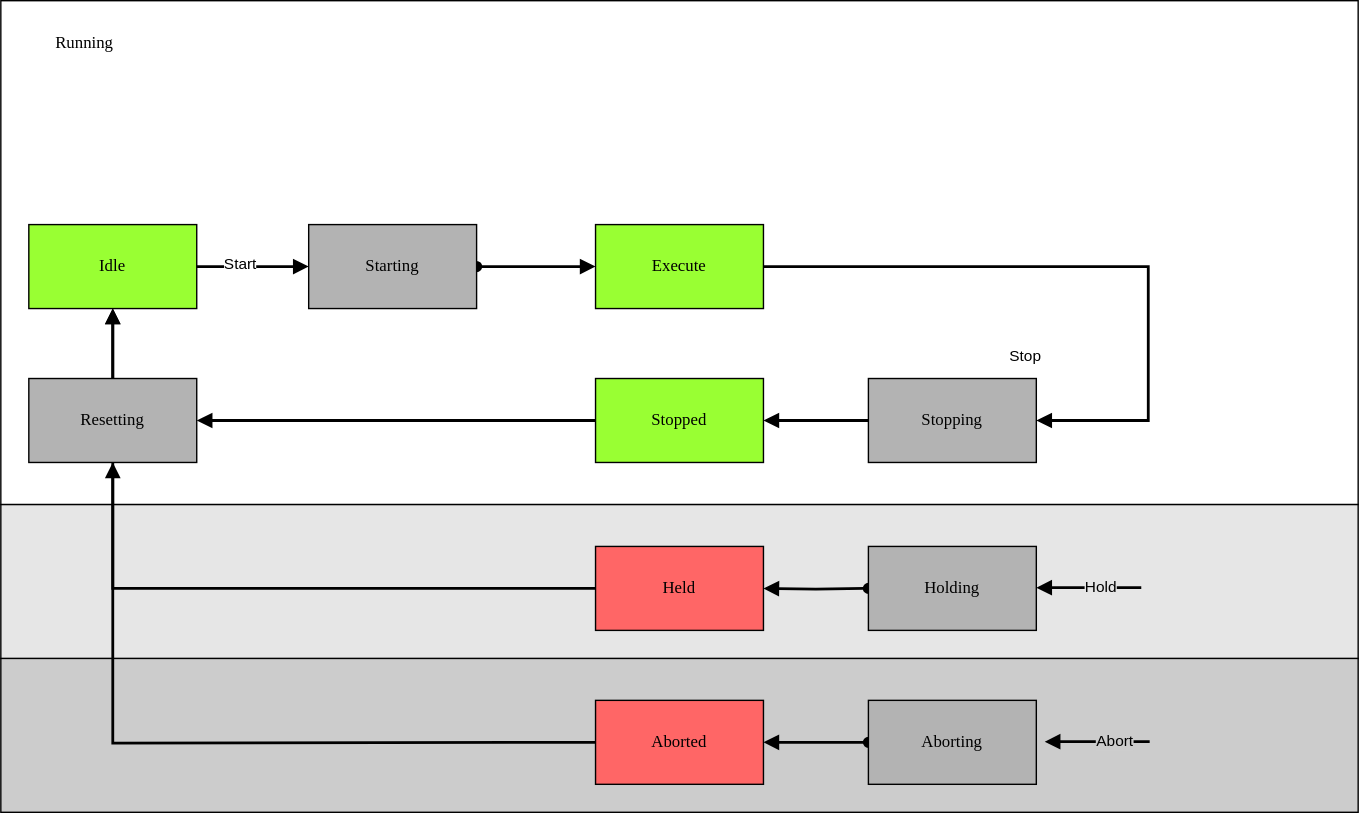
Earlier version of the draw.io export docs/StateMachine.drawio.svg (PeterZerlauth/Tc3_Component). Source tidied: cells renumbered, new cells last; positions are measured from the earlier drawing's top-left corner, leaving out a move shared by most shapes.
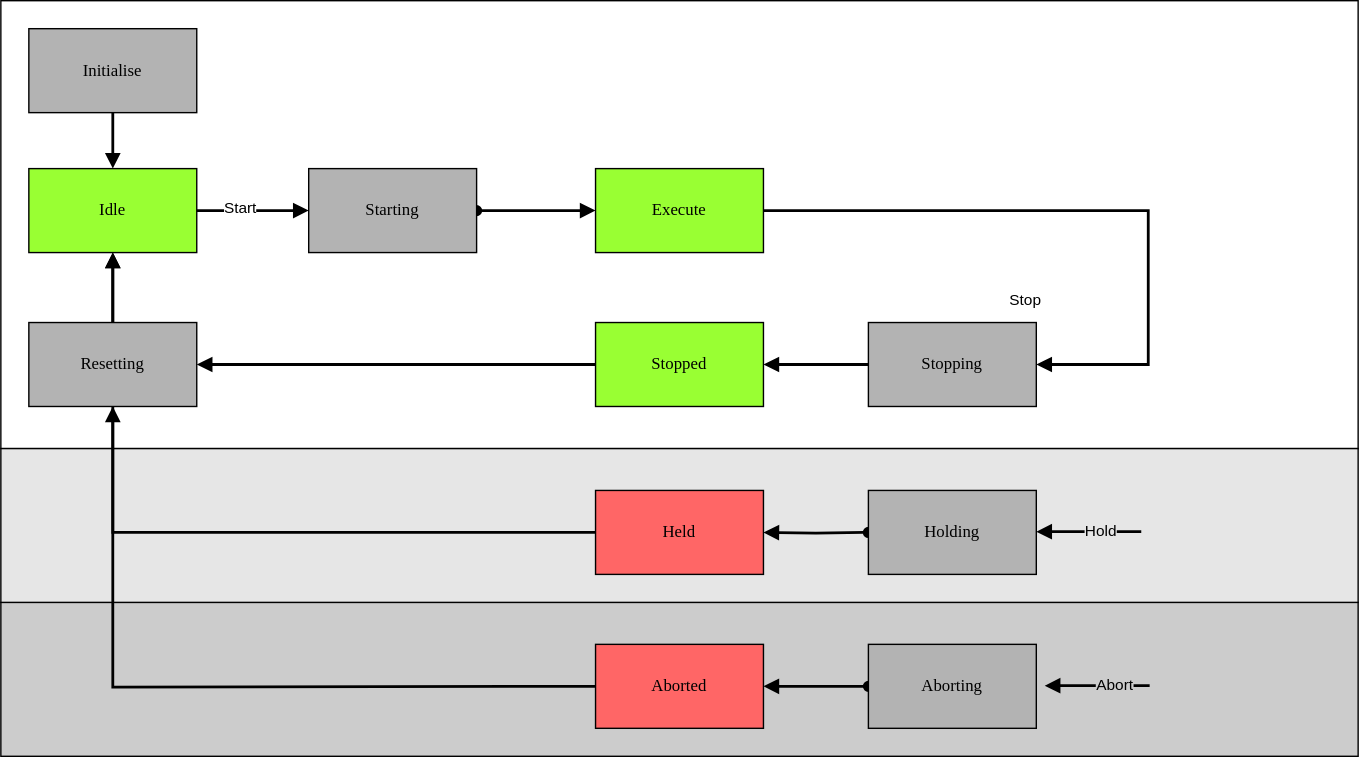
After the change.

Diff of the diagram source:
```diff
@@ -9,7 +9,7 @@
       <mxGeometry y="360" width="970" height="110" as="geometry" />
     </mxCell>
     <mxCell id="4" style="rounded=0;whiteSpace=wrap;html=1;fontFamily=Helvetica;fontSize=11;fontColor=default;labelBackgroundColor=default;fillColor=#FFFFFF;" parent="1" vertex="1">
-      <mxGeometry width="970" height="360" as="geometry" />
+      <mxGeometry y="40" width="970" height="320" as="geometry" />
     </mxCell>
     <mxCell id="5" value="Execute" style="rounded=0;whiteSpace=wrap;html=1;arcSize=24;fillColor=#99FF33;strokeColor=#000000;shadow=0;comic=0;labelBackgroundColor=none;fontFamily=Verdana;fontSize=12;fontColor=#000000;align=center;" parent="1" vertex="1">
       <mxGeometry x="425" y="160" width="120" height="60" as="geometry" />
@@ -74,9 +74,6 @@
         <mxPoint y="1" as="offset" />
       </mxGeometry>
     </mxCell>
-    <mxCell id="22" value="Running" style="rounded=0;whiteSpace=wrap;html=1;arcSize=24;fillColor=none;strokeColor=none;shadow=0;comic=0;labelBackgroundColor=none;fontFamily=Verdana;fontSize=12;fontColor=#000000;align=center;" parent="1" vertex="1">
-      <mxGeometry width="120" height="60" as="geometry" />
-    </mxCell>
     <mxCell id="23" value="Stopped" style="rounded=0;whiteSpace=wrap;html=1;arcSize=24;fillColor=#99FF33;strokeColor=#000000;shadow=0;comic=0;labelBackgroundColor=none;fontFamily=Verdana;fontSize=12;fontColor=#000000;align=center;" parent="1" vertex="1">
       <mxGeometry x="425" y="270" width="120" height="60" as="geometry" />
     </mxCell>
@@ -113,5 +110,11 @@
     <mxCell id="31" value="Resetting" style="rounded=0;whiteSpace=wrap;html=1;arcSize=24;fillColor=#B3B3B3;strokeColor=#000000;shadow=0;comic=0;labelBackgroundColor=none;fontFamily=Verdana;fontSize=12;fontColor=#000000;align=center;" parent="1" vertex="1">
       <mxGeometry x="20" y="270" width="120" height="60" as="geometry" />
     </mxCell>
+    <mxCell id="32" value="Initialise" style="rounded=0;whiteSpace=wrap;html=1;arcSize=24;fillColor=#B3B3B3;strokeColor=#000000;shadow=0;comic=0;labelBackgroundColor=none;fontFamily=Verdana;fontSize=12;fontColor=#000000;align=center;" parent="1" vertex="1">
+      <mxGeometry x="20" y="60" width="120" height="60" as="geometry" />
+    </mxCell>
+    <mxCell id="33" style="edgeStyle=orthogonalEdgeStyle;rounded=0;jettySize=auto;html=1;strokeColor=default;align=center;verticalAlign=middle;fontFamily=Helvetica;fontSize=11;fontColor=default;labelBackgroundColor=default;endArrow=block;endFill=1;strokeWidth=2;entryX=0.5;entryY=0;entryDx=0;entryDy=0;exitX=0.5;exitY=1;exitDx=0;exitDy=0;" parent="1" edge="1" source="32" target="8">
+      <mxGeometry relative="1" as="geometry" />
+    </mxCell>
   </root>
 </mxGraphModel>
```
